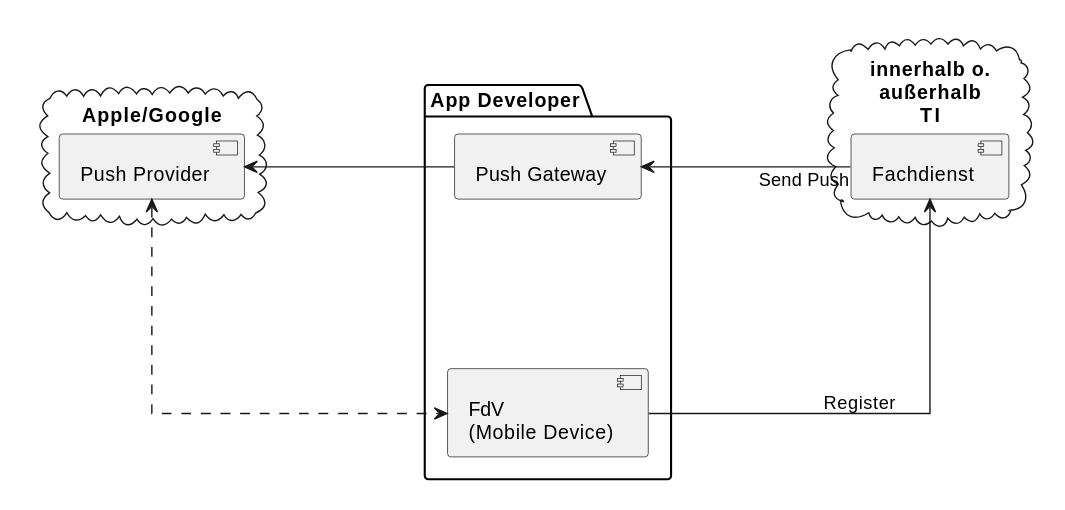
gematik/gem-push-notifications-concept keeps this PlantUML diagram as images/diagrams/push_overview.svg. Above is the earlier version.
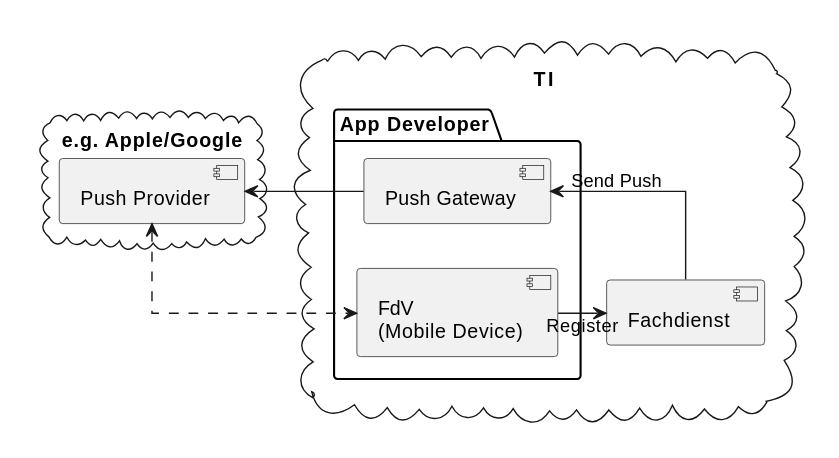
Later version of the same file.

Change to the diagram source:
```diff
@@ -1,28 +1,26 @@
 @startuml
 !theme gematik from ../puml
 
-skinparam nodesep 150
+skinparam ranksep 10
 
-cloud "Apple/Google" {
+cloud "e.g. Apple/Google" {
     component "Push Provider" as PushProvider
 }
 
-package "App Developer" {
-    component "Push Gateway" as PushGateway
-    component "FdV\n(Mobile Device)" as MobileDevice
+cloud "TI" {
+    component Fachdienst
+
+    package "App Developer" {
+        component "Push Gateway" as PushGateway
+        component "FdV\n(Mobile Device)" as MobileDevice
+    }
 }
 
 PushGateway -left-> PushProvider
+MobileDevice <-left.> PushProvider
 
-MobileDevice <-up.> PushProvider
+PushGateway -[hidden]- MobileDevice
 
-PushGateway -[hidden]-- MobileDevice
-
-cloud "innerhalb o.\naußerhalb\nTI" {
-    component Fachdienst
-}
-
-
-Fachdienst <-- MobileDevice : Register
-Fachdienst -> PushGateway : "\tSend Push"
+Fachdienst <-left- MobileDevice : "Register"
+PushGateway <-right- Fachdienst: "Send Push"
 @enduml
```
